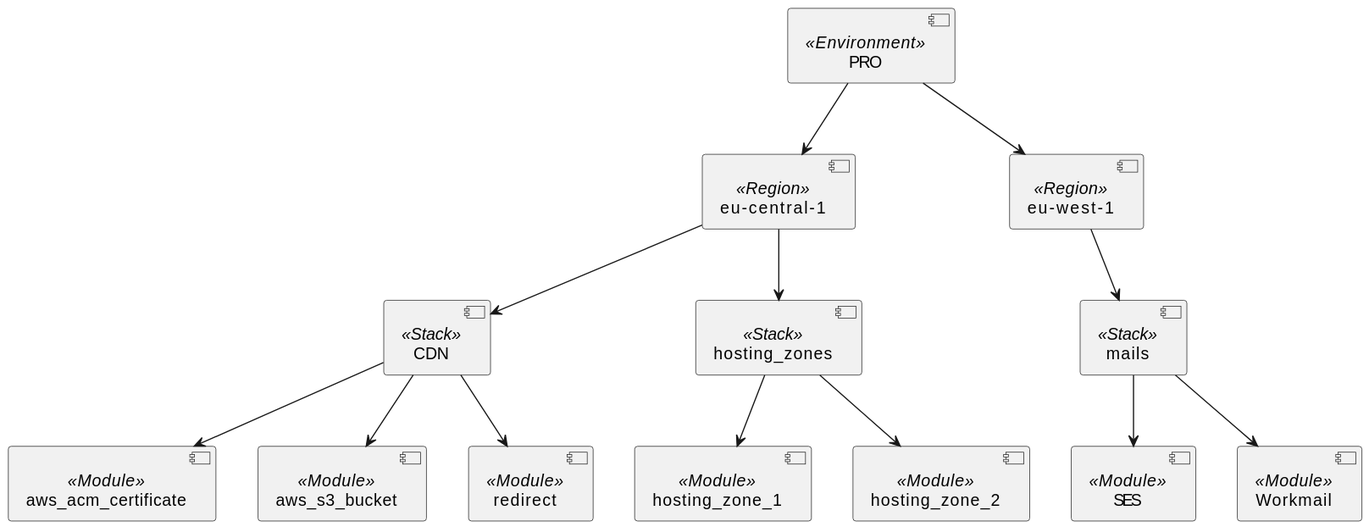
This is diagrams/terraform-structure.svg from copotrzebne-pl/infrastructure, a PlantUML export, as it was before one commit.
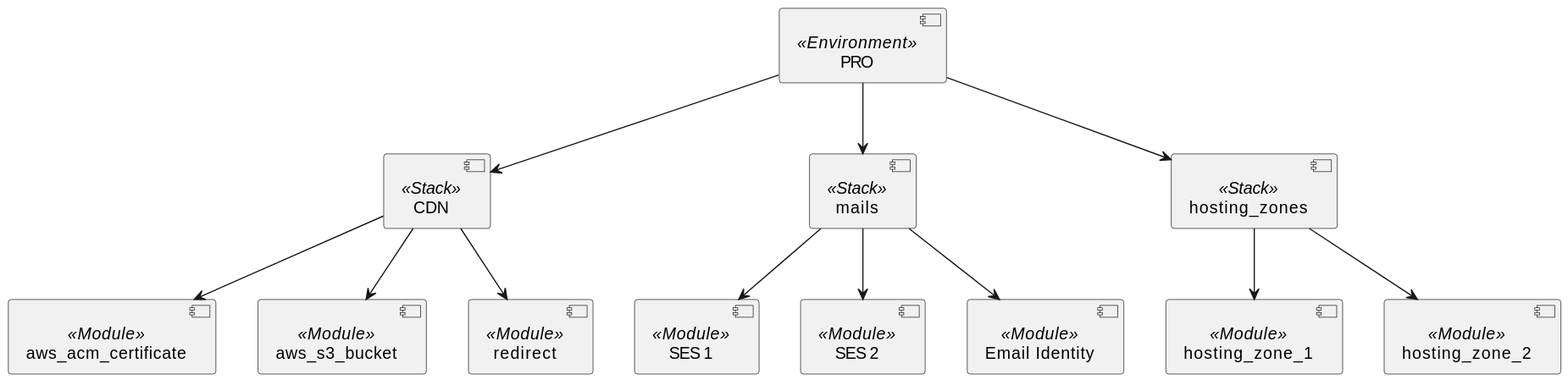
After the commit.

The edit, as a diff of the source:
```diff
@@ -1,7 +1,4 @@
 @startuml
-
-component [eu-central-1] <<Region>> as c1
-component [eu-west-1] <<Region>> as e1
 
 component [PRO] <<Environment>> as pro
 
@@ -12,21 +9,22 @@
 component [aws_acm_certificate] <<Module>> as cert
 component [aws_s3_bucket] <<Module>> as s3
 component [redirect] <<Module>> as redirect
-component [SES] <<Module>> as ses
-component [Workmail] <<Module>> as workmail
+component [SES 1] <<Module>> as ses1
+component [SES 2] <<Module>> as ses2
+component [Email Identity] <<Module>> as email
 component [hosting_zone_1] <<Module>> as zone1
 component [hosting_zone_2] <<Module>> as zone2
 
-pro --> c1
-c1 --> cdn
+pro --> cdn
 cdn --> cert
 cdn --> s3
 cdn --> redirect
-c1 --> dns
+pro --> dns
 dns --> zone1
 dns --> zone2
-pro --> e1
-e1 --> mails
-mails --> ses
-mails --> workmail
+
+pro --> mails
+mails --> ses1
+mails --> ses2
+mails --> email
 @enduml
```
